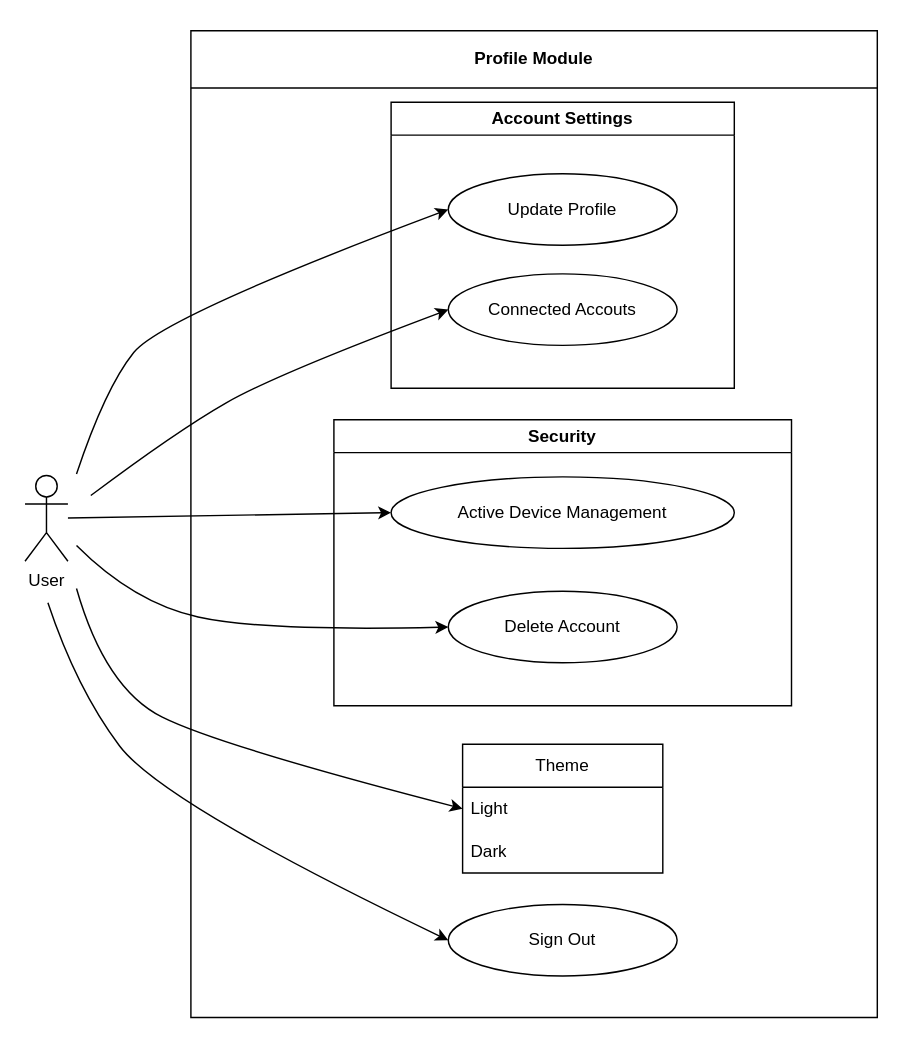
Above: Usecase Diagram/Profile Module.drawio in Harshul1484/BMP- (draw.io), before the change. Source tidied: cells renumbered, new cells numbered last; positions are measured from the earlier drawing's top-left corner, leaving out a move shared by most shapes. Both pictures are drawn from the tidied source at 143%, with x=0, y=0 at pixel (24, 30).
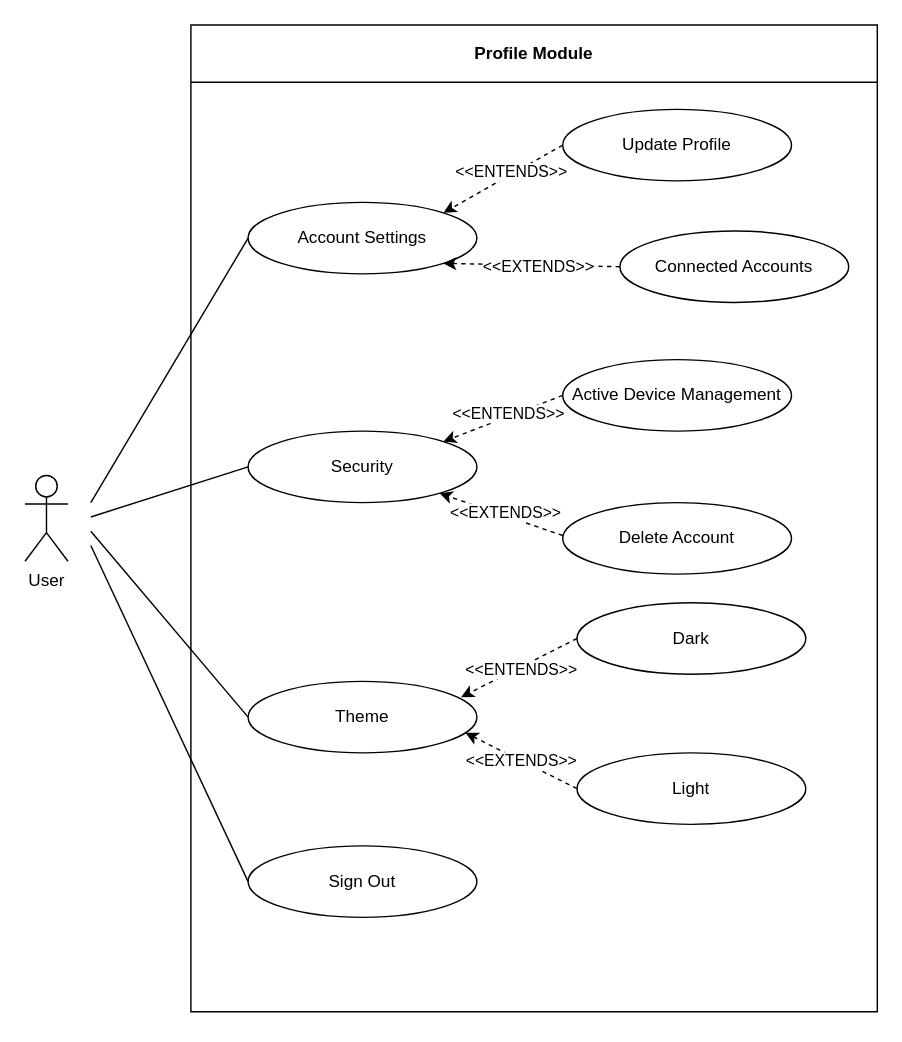
After the change.

The change refers to these unchanged cells:
```xml
<mxCell id="17" value="User" style="shape=umlActor;verticalLabelPosition=bottom;verticalAlign=top;html=1;outlineConnect=0;" parent="1" vertex="1">
  <mxGeometry y="311" width="30" height="60" as="geometry" />
</mxCell>
```

Change to the diagram source:
```diff
@@
     <mxCell id="2" value="Profile Module" style="swimlane;whiteSpace=wrap;html=1;startSize=40;" parent="1" vertex="1">
-      <mxGeometry x="116" width="480" height="690" as="geometry" />
+      <mxGeometry x="116" y="-4" width="480" height="690" as="geometry" />
     </mxCell>
-    <mxCell id="3" value="Account Settings" style="swimlane;whiteSpace=wrap;html=1;" parent="2" vertex="1">
-      <mxGeometry x="140" y="50" width="240" height="200" as="geometry" />
+    <mxCell id="3" value="Account Settings" style="ellipse;whiteSpace=wrap;html=1;" parent="2" vertex="1">
+      <mxGeometry x="40" y="124" width="160" height="50" as="geometry" />
     </mxCell>
+    <mxCell id="6" value="Security" style="ellipse;whiteSpace=wrap;html=1;" parent="2" vertex="1">
+      <mxGeometry x="40" y="284" width="160" height="50" as="geometry" />
+    </mxCell>
+    <mxCell id="10" value="Theme" style="ellipse;whiteSpace=wrap;html=1;" parent="2" vertex="1">
+      <mxGeometry x="40" y="459" width="160" height="50" as="geometry" />
+    </mxCell>
+    <mxCell id="9" value="Sign Out" style="ellipse;whiteSpace=wrap;html=1;" parent="2" vertex="1">
+      <mxGeometry x="40" y="574" width="160" height="50" as="geometry" />
+    </mxCell>
+    <mxCell id="8" value="Delete Account" style="ellipse;whiteSpace=wrap;html=1;" parent="2" vertex="1">
+      <mxGeometry x="260" y="334" width="160" height="50" as="geometry" />
+    </mxCell>
-    <mxCell id="4" value="Update Profile" style="ellipse;whiteSpace=wrap;html=1;" parent="3" vertex="1">
-      <mxGeometry x="40" y="50" width="160" height="50" as="geometry" />
+    <mxCell id="4" value="Update Profile" style="ellipse;whiteSpace=wrap;html=1;" parent="2" vertex="1">
+      <mxGeometry x="260" y="59" width="160" height="50" as="geometry" />
     </mxCell>
-    <mxCell id="5" value="Connected Accouts" style="ellipse;whiteSpace=wrap;html=1;" parent="3" vertex="1">
-      <mxGeometry x="40" y="120" width="160" height="50" as="geometry" />
-    </mxCell>
-    <mxCell id="6" value="Security" style="swimlane;whiteSpace=wrap;html=1;" parent="2" vertex="1">
-      <mxGeometry x="100" y="272" width="320" height="200" as="geometry" />
-    </mxCell>
+    <mxCell id="20" value="Connected Accounts" style="ellipse;whiteSpace=wrap;html=1;" parent="2" vertex="1">
+      <mxGeometry x="300" y="144" width="160" height="50" as="geometry" />
+    </mxCell>
-    <mxCell id="7" value="Active Device Management" style="ellipse;whiteSpace=wrap;html=1;" parent="6" vertex="1">
-      <mxGeometry x="40" y="40" width="240" height="50" as="geometry" />
+    <mxCell id="7" value="Active Device Management" style="ellipse;whiteSpace=wrap;html=1;" parent="2" vertex="1">
+      <mxGeometry x="260" y="234" width="160" height="50" as="geometry" />
     </mxCell>
-    <mxCell id="8" value="Delete Account" style="ellipse;whiteSpace=wrap;html=1;" parent="6" vertex="1">
-      <mxGeometry x="80" y="120" width="160" height="50" as="geometry" />
-    </mxCell>
-    <mxCell id="9" value="Sign Out" style="ellipse;whiteSpace=wrap;html=1;" parent="2" vertex="1">
-      <mxGeometry x="180" y="611" width="160" height="50" as="geometry" />
-    </mxCell>
-    <mxCell id="10" value="Theme" style="swimlane;fontStyle=0;horizontal=1;startSize=30;whiteSpace=wrap;html=1;" parent="2" vertex="1">
-      <mxGeometry x="190" y="499" width="140" height="90" as="geometry" />
-    </mxCell>
+    <mxCell id="12" value="Dark" style="ellipse;whiteSpace=wrap;html=1;" parent="2" vertex="1">
+      <mxGeometry x="270" y="404" width="160" height="50" as="geometry" />
+    </mxCell>
-    <mxCell id="11" value="Light" style="text;strokeColor=none;fillColor=none;align=left;verticalAlign=middle;spacingLeft=4;spacingRight=4;overflow=hidden;points=[[0,0.5],[1,0.5]];portConstraint=eastwest;whiteSpace=wrap;html=1;" parent="10" vertex="1">
-      <mxGeometry y="30" width="140" height="30" as="geometry" />
+    <mxCell id="11" value="Light" style="ellipse;whiteSpace=wrap;html=1;" parent="2" vertex="1">
+      <mxGeometry x="270" y="509" width="160" height="50" as="geometry" />
     </mxCell>
-    <mxCell id="12" value="Dark" style="text;strokeColor=none;fillColor=none;align=left;verticalAlign=middle;spacingLeft=4;spacingRight=4;overflow=hidden;points=[[0,0.5],[1,0.5]];portConstraint=eastwest;whiteSpace=wrap;html=1;" parent="10" vertex="1">
-      <mxGeometry y="60" width="140" height="30" as="geometry" />
-    </mxCell>
-    <mxCell id="13" style="curved=1;endArrow=classic;html=1;rounded=0;entryX=0;entryY=0.5;entryDx=0;entryDy=0;" parent="2" edge="1" target="5">
-      <mxGeometry relative="1" as="geometry">
-        <mxPoint x="-70" y="325" as="sourcePoint" />
-        <Array as="points">
-          <mxPoint x="-10" y="280" />
-          <mxPoint x="60" y="240" />
-        </Array>
-      </mxGeometry>
-    </mxCell>
-    <mxCell id="14" style="curved=1;endArrow=classic;html=1;rounded=0;entryX=0;entryY=0.5;entryDx=0;entryDy=0;" parent="2" edge="1" target="8">
-      <mxGeometry relative="1" as="geometry">
-        <mxPoint x="-80" y="360" as="sourcePoint" />
-        <Array as="points">
-          <mxPoint x="-40" y="400" />
-          <mxPoint x="50" y="420" />
-        </Array>
-      </mxGeometry>
-    </mxCell>
-    <mxCell id="15" style="curved=1;endArrow=classic;html=1;rounded=0;entryX=0;entryY=0.5;entryDx=0;entryDy=0;" parent="2" edge="1" target="11">
-      <mxGeometry relative="1" as="geometry">
-        <mxPoint x="-80" y="390" as="sourcePoint" />
-        <Array as="points">
-          <mxPoint x="-60" y="460" />
-          <mxPoint x="20" y="500" />
-        </Array>
-      </mxGeometry>
-    </mxCell>
-    <mxCell id="16" style="curved=1;endArrow=classic;html=1;rounded=0;entryX=0;entryY=0.5;entryDx=0;entryDy=0;" parent="2" edge="1" target="9">
-      <mxGeometry relative="1" as="geometry">
-        <mxPoint x="-100" y="400" as="sourcePoint" />
-        <Array as="points">
-          <mxPoint x="-80" y="460" />
-          <mxPoint x="-20" y="540" />
-        </Array>
-      </mxGeometry>
-    </mxCell>
+    <mxCell id="21" style="endArrow=classic;html=1;rounded=0;exitX=0;exitY=0.5;exitDx=0;exitDy=0;entryX=1;entryY=0;entryDx=0;entryDy=0;dashed=1;" parent="2" edge="1" source="4" target="3">
+      <mxGeometry relative="1" as="geometry" />
+    </mxCell>
+    <mxCell id="22" value="&amp;lt;&amp;lt;ENTENDS&amp;gt;&amp;gt;" style="edgeLabel;html=1;align=center;verticalAlign=middle;" parent="21" vertex="1">
+      <mxGeometry x="-0.13" y="-2" relative="1" as="geometry">
+        <mxPoint x="1" as="offset" />
+      </mxGeometry>
+    </mxCell>
+    <mxCell id="23" style="endArrow=classic;html=1;rounded=0;exitX=0;exitY=0.5;exitDx=0;exitDy=0;entryX=1;entryY=1;entryDx=0;entryDy=0;dashed=1;" parent="2" edge="1" source="20" target="3">
+      <mxGeometry relative="1" as="geometry" />
+    </mxCell>
+    <mxCell id="24" value="&amp;lt;&amp;lt;EXTENDS&amp;gt;&amp;gt;" style="edgeLabel;html=1;align=center;verticalAlign=middle;" parent="23" vertex="1">
+      <mxGeometry x="-0.07" y="1" relative="1" as="geometry" />
+    </mxCell>
+    <mxCell id="25" style="endArrow=classic;html=1;rounded=0;exitX=0;exitY=0.5;exitDx=0;exitDy=0;entryX=1;entryY=0;entryDx=0;entryDy=0;dashed=1;" parent="2" edge="1" source="7" target="6">
+      <mxGeometry relative="1" as="geometry" />
+    </mxCell>
+    <mxCell id="26" value="&amp;lt;&amp;lt;ENTENDS&amp;gt;&amp;gt;" style="edgeLabel;html=1;align=center;verticalAlign=middle;" parent="25" vertex="1">
+      <mxGeometry x="-0.1" y="-2" relative="1" as="geometry" />
+    </mxCell>
+    <mxCell id="27" style="endArrow=classic;html=1;rounded=0;exitX=0;exitY=0.5;exitDx=0;exitDy=0;dashed=1;" parent="2" edge="1" target="6">
+      <mxGeometry relative="1" as="geometry">
+        <mxPoint x="260" y="357" as="sourcePoint" />
+      </mxGeometry>
+    </mxCell>
+    <mxCell id="28" value="&amp;lt;&amp;lt;EXTENDS&amp;gt;&amp;gt;" style="edgeLabel;html=1;align=center;verticalAlign=middle;" parent="27" vertex="1">
+      <mxGeometry x="-0.03" y="-2" relative="1" as="geometry" />
+    </mxCell>
+    <mxCell id="29" style="endArrow=classic;html=1;rounded=0;exitX=0;exitY=0.5;exitDx=0;exitDy=0;entryX=0.931;entryY=0.22;entryDx=0;entryDy=0;entryPerimeter=0;dashed=1;" parent="2" edge="1" source="12" target="10">
+      <mxGeometry relative="1" as="geometry" />
+    </mxCell>
+    <mxCell id="30" value="&amp;lt;&amp;lt;ENTENDS&amp;gt;&amp;gt;" style="edgeLabel;html=1;align=center;verticalAlign=middle;" parent="29" vertex="1">
+      <mxGeometry x="-0.01" y="1" relative="1" as="geometry" />
+    </mxCell>
+    <mxCell id="31" style="endArrow=classic;html=1;rounded=0;exitX=0;exitY=0.5;exitDx=0;exitDy=0;entryX=0.95;entryY=0.72;entryDx=0;entryDy=0;entryPerimeter=0;dashed=1;" parent="2" edge="1" source="11" target="10">
+      <mxGeometry relative="1" as="geometry" />
+    </mxCell>
+    <mxCell id="32" value="&amp;lt;&amp;lt;EXTENDS&amp;gt;&amp;gt;" style="edgeLabel;html=1;align=center;verticalAlign=middle;" parent="31" vertex="1">
+      <mxGeometry x="0.01" relative="1" as="geometry" />
+    </mxCell>
@@
-    <mxCell id="18" style="endArrow=classic;html=1;rounded=0;entryX=0;entryY=0.5;entryDx=0;entryDy=0;" parent="1" edge="1" source="17" target="7">
-      <mxGeometry relative="1" as="geometry" />
-    </mxCell>
-    <mxCell id="19" style="curved=1;endArrow=classic;html=1;rounded=0;entryX=0;entryY=0.5;entryDx=0;entryDy=0;" parent="1" edge="1" target="4">
-      <mxGeometry relative="1" as="geometry">
-        <mxPoint x="36" y="310" as="sourcePoint" />
-        <Array as="points">
-          <mxPoint x="56" y="250" />
-          <mxPoint x="96" y="200" />
-        </Array>
-      </mxGeometry>
-    </mxCell>
+    <mxCell id="33" style="endArrow=none;html=1;rounded=0;entryX=0;entryY=0.5;entryDx=0;entryDy=0;" parent="1" edge="1" target="3">
+      <mxGeometry relative="1" as="geometry">
+        <mxPoint x="46" y="330" as="sourcePoint" />
+      </mxGeometry>
+    </mxCell>
+    <mxCell id="34" style="endArrow=none;html=1;rounded=0;entryX=0;entryY=0.5;entryDx=0;entryDy=0;" parent="1" edge="1" target="6">
+      <mxGeometry relative="1" as="geometry">
+        <mxPoint x="46" y="340" as="sourcePoint" />
+      </mxGeometry>
+    </mxCell>
+    <mxCell id="35" style="endArrow=none;html=1;rounded=0;entryX=0;entryY=0.5;entryDx=0;entryDy=0;" parent="1" edge="1" target="10">
+      <mxGeometry relative="1" as="geometry">
+        <mxPoint x="46" y="350" as="sourcePoint" />
+      </mxGeometry>
+    </mxCell>
+    <mxCell id="36" style="endArrow=none;html=1;rounded=0;entryX=0;entryY=0.5;entryDx=0;entryDy=0;" parent="1" edge="1" target="9">
+      <mxGeometry relative="1" as="geometry">
+        <mxPoint x="46" y="360" as="sourcePoint" />
+      </mxGeometry>
+    </mxCell>
```
